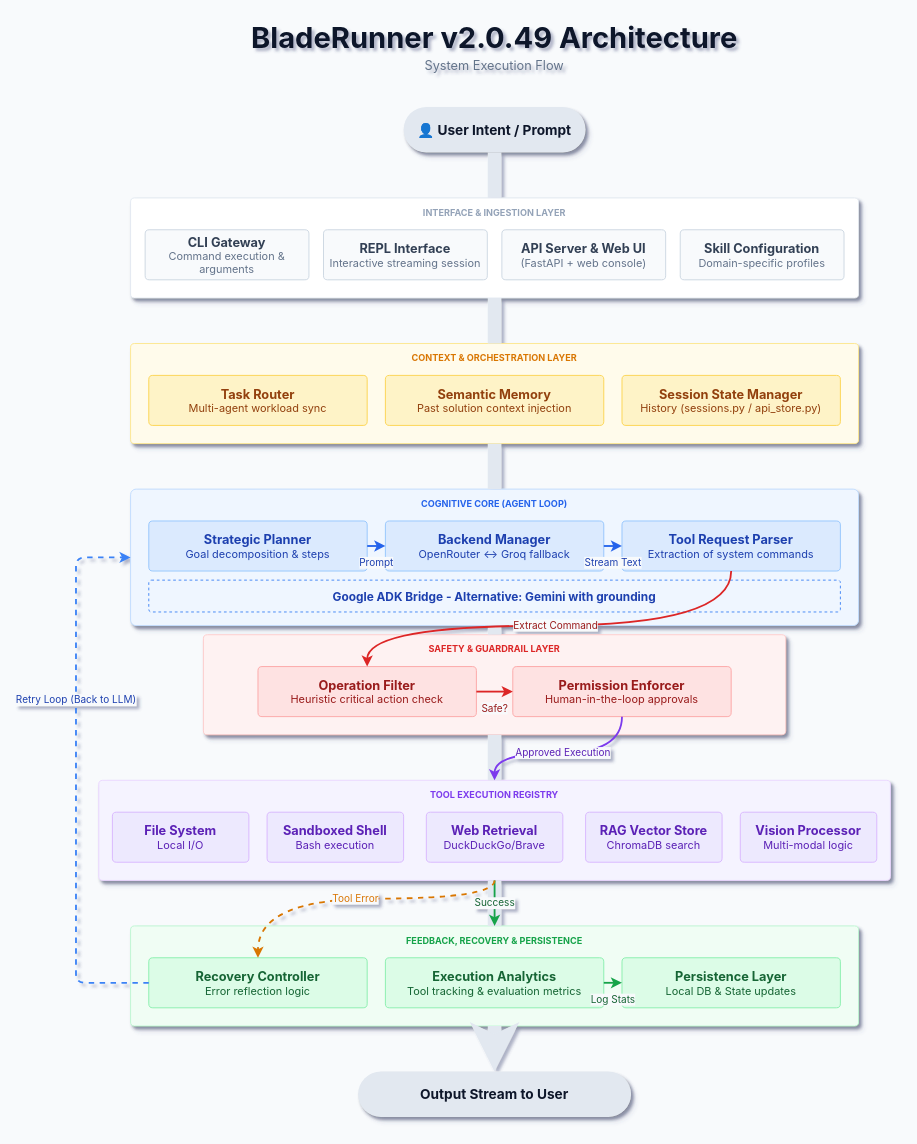
Above: docs/ARCHITECTURE (light).drawio in mann-127/BladeRunner (draw.io), before the change. Source tidied: cells renumbered, new cells numbered last; positions are measured from the earlier drawing's top-left corner, leaving out a move shared by most shapes. Both pictures are drawn from the tidied source at 91%, with x=0, y=0 at pixel (76, 15).
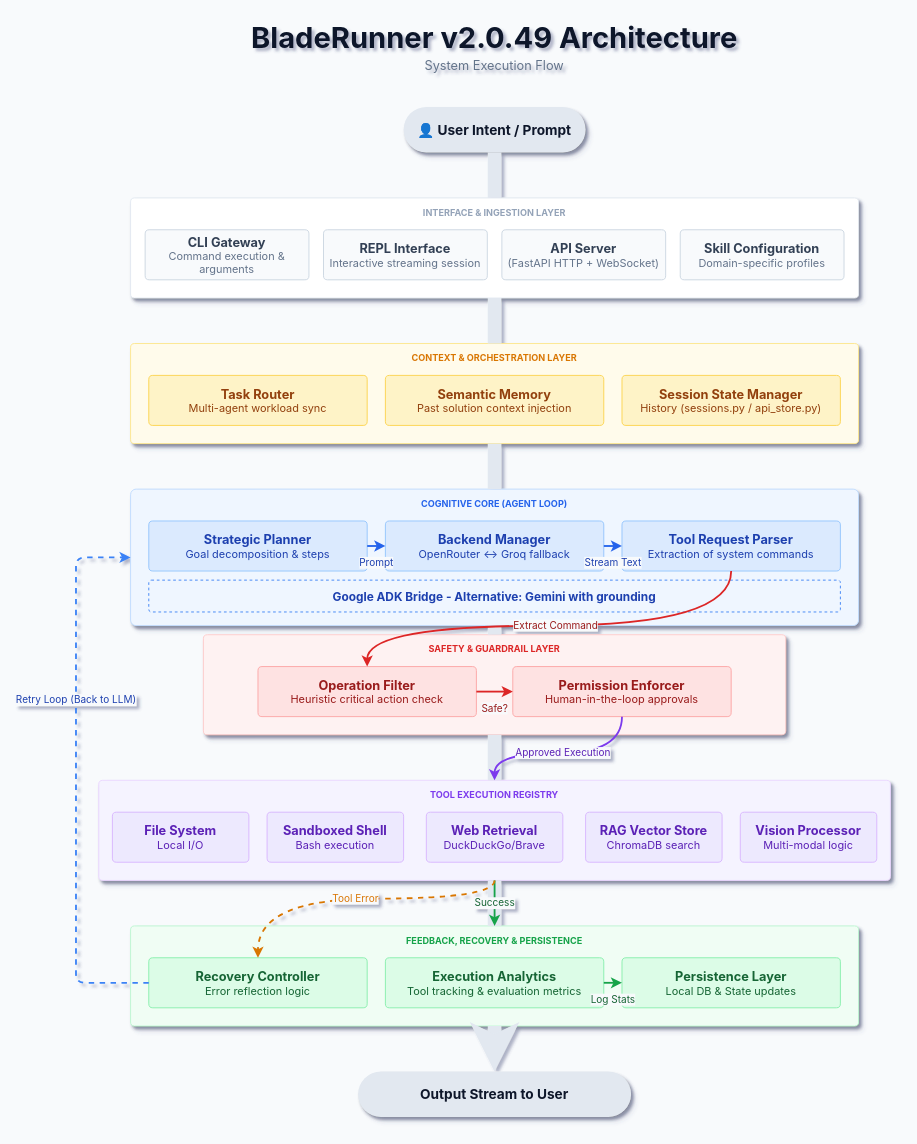
The same page after the edit.

Diff of the diagram source:
```diff
@@
-    <mxCell id="9" value="&lt;b style='font-size:14px'&gt;API Server &amp; Web UI&lt;/b&gt;&lt;br&gt;&lt;span style='font-size:12px;color:#64748B'&gt;(FastAPI + web console)&lt;/span&gt;" style="rounded=1;whiteSpace=wrap;html=1;fillColor=#F8FAFC;strokeColor=#CBD5E1;strokeWidth=1;fontColor=#334155;fontFamily=Inter, sans-serif;arcSize=8;align=center;" parent="1" vertex="1">
+    <mxCell id="9" value="&lt;b style='font-size:14px'&gt;API Server&lt;/b&gt;&lt;br&gt;&lt;span style='font-size:12px;color:#64748B'&gt;(FastAPI HTTP + WebSocket)&lt;/span&gt;" style="rounded=1;whiteSpace=wrap;html=1;fillColor=#F8FAFC;strokeColor=#CBD5E1;strokeWidth=1;fontColor=#334155;fontFamily=Inter, sans-serif;arcSize=8;align=center;" parent="1" vertex="1">
       <mxGeometry x="468" y="235" width="180" height="55" as="geometry" />
     </mxCell>
```
